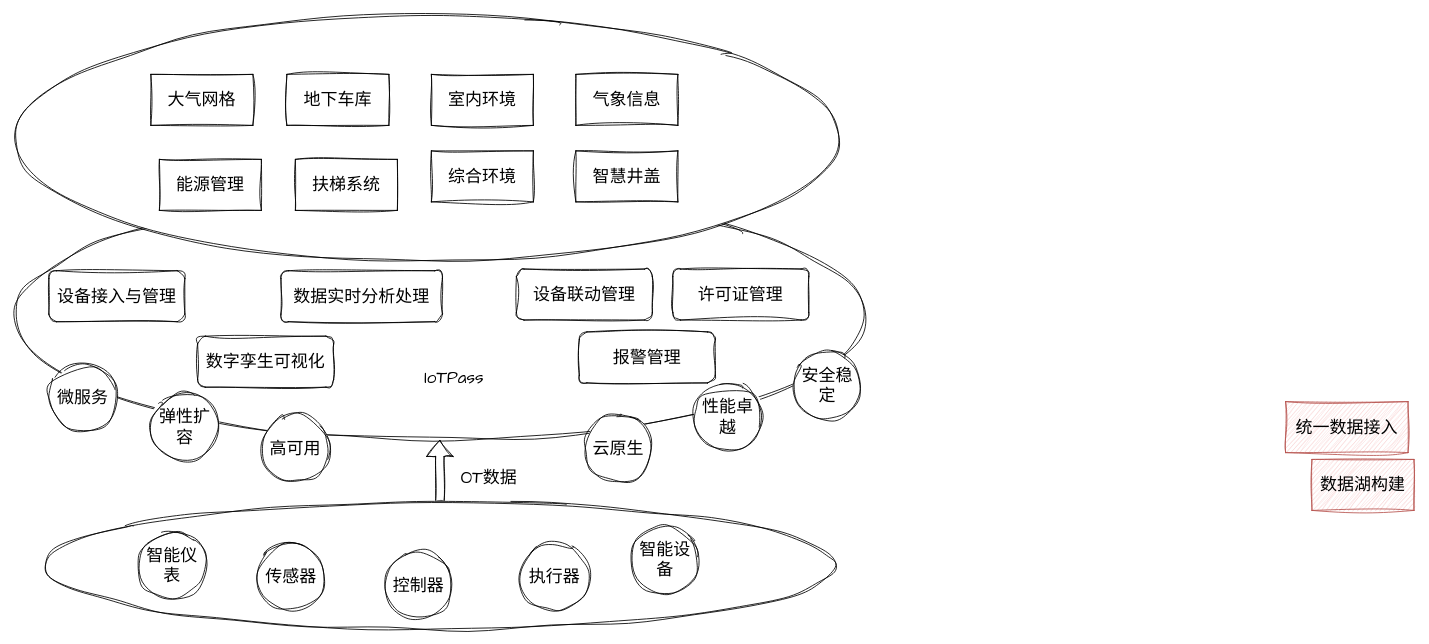
This is page "Saas架构" (1 of 3) of qiwu.drawio from viking-wj/software, a draw.io file, before an edit. Source tidied: cells renumbered, new cells numbered last; positions are measured from the earlier drawing's top-left corner, leaving out a move shared by most shapes. Both pictures are drawn from the tidied source at 85%, with x=0, y=0 at pixel (14, 14).
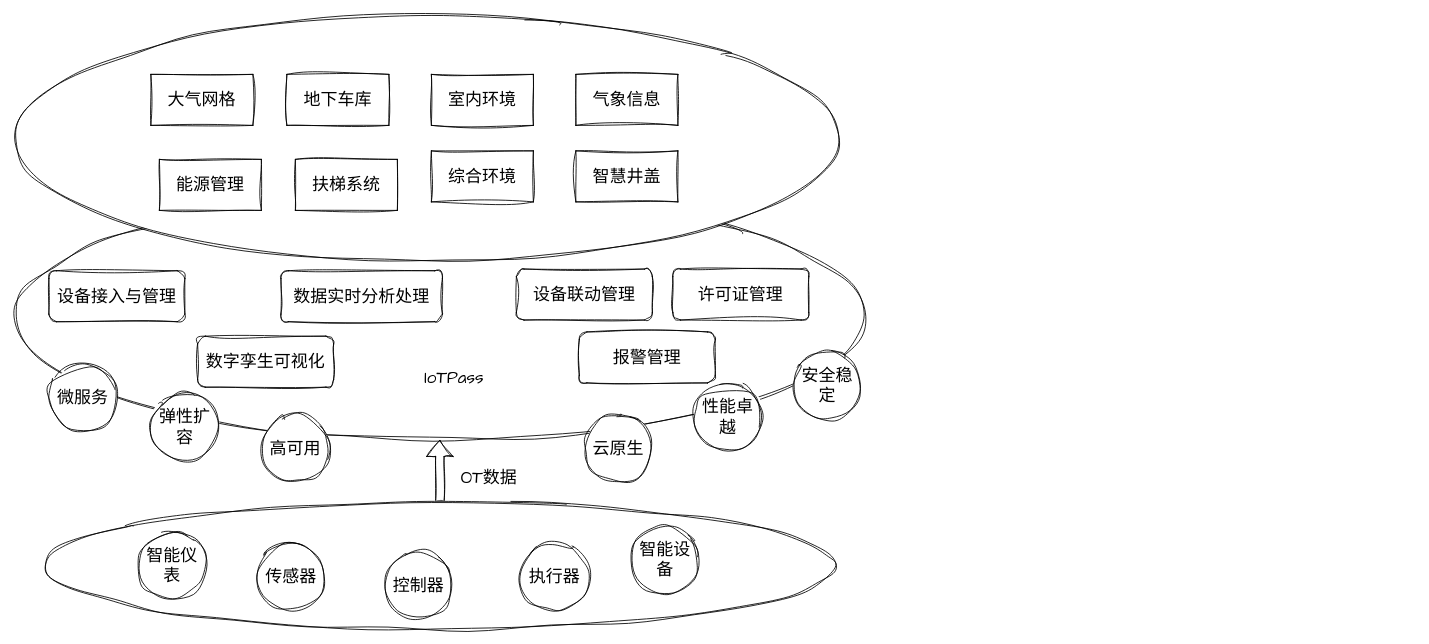
After the change.

Change to the diagram source:
```diff
@@
-    <mxCell id="32" value="数据湖构建" style="rounded=0;whiteSpace=wrap;html=1;sketch=1;hachureGap=4;jiggle=2;curveFitting=1;fontFamily=Architects Daughter;fontSize=20;fillColor=#f8cecc;strokeColor=#b85450;" parent="1" vertex="1">
-      <mxGeometry x="1526" y="523" width="120" height="60" as="geometry" />
-    </mxCell>
-    <mxCell id="33" value="统一数据接入" style="rounded=0;whiteSpace=wrap;html=1;sketch=1;hachureGap=4;jiggle=2;curveFitting=1;fontFamily=Architects Daughter;fontSize=20;fillColor=#f8cecc;strokeColor=#b85450;" parent="1" vertex="1">
-      <mxGeometry x="1495" y="455" width="144" height="60" as="geometry" />
-    </mxCell>
```
